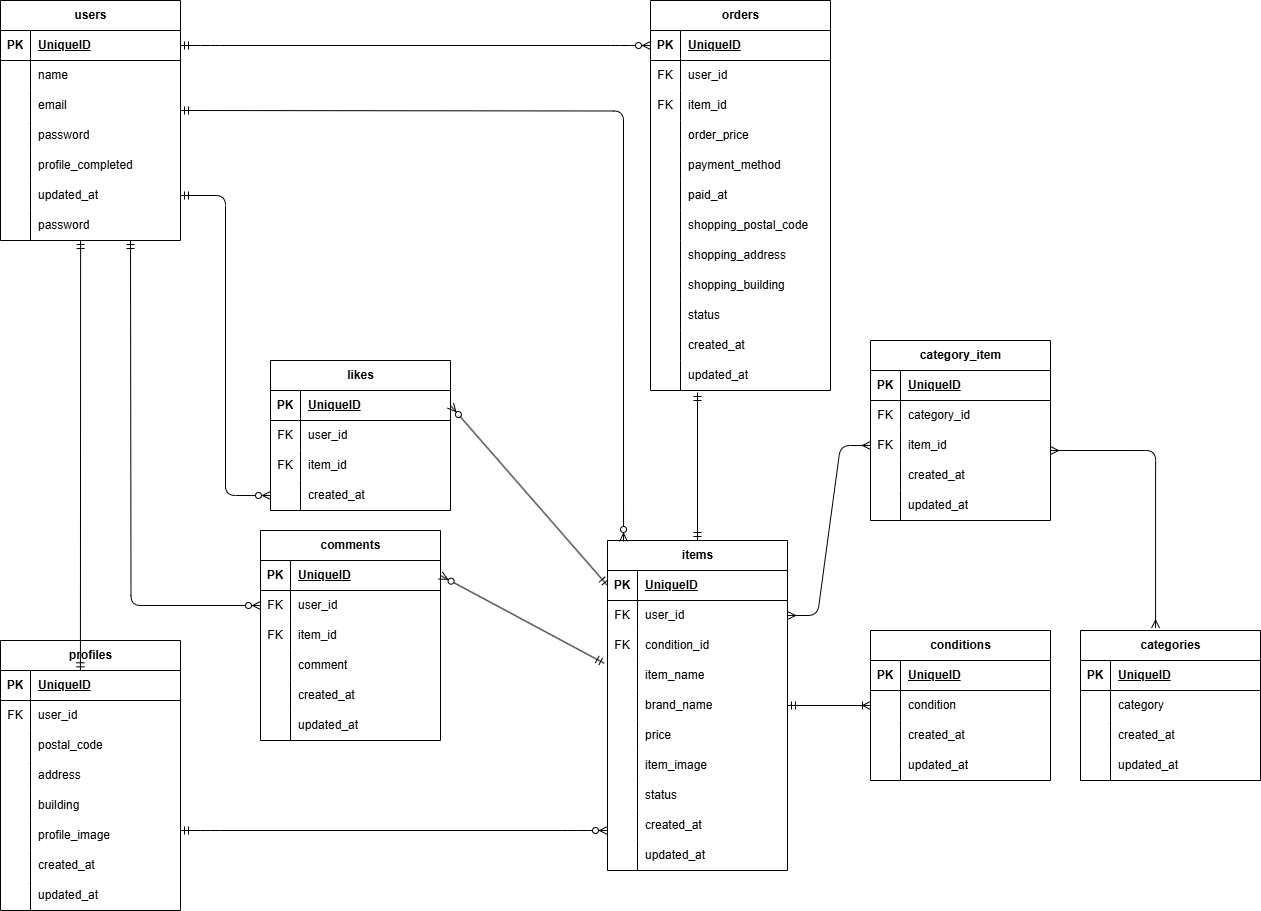
Before: flea.drawio.png, a diagram exported from draw.io (kenta-10043/coachtech-flea). Source tidied: cells renumbered, new cells last; positions are measured from the earlier drawing's top-left corner, leaving out a move shared by most shapes.
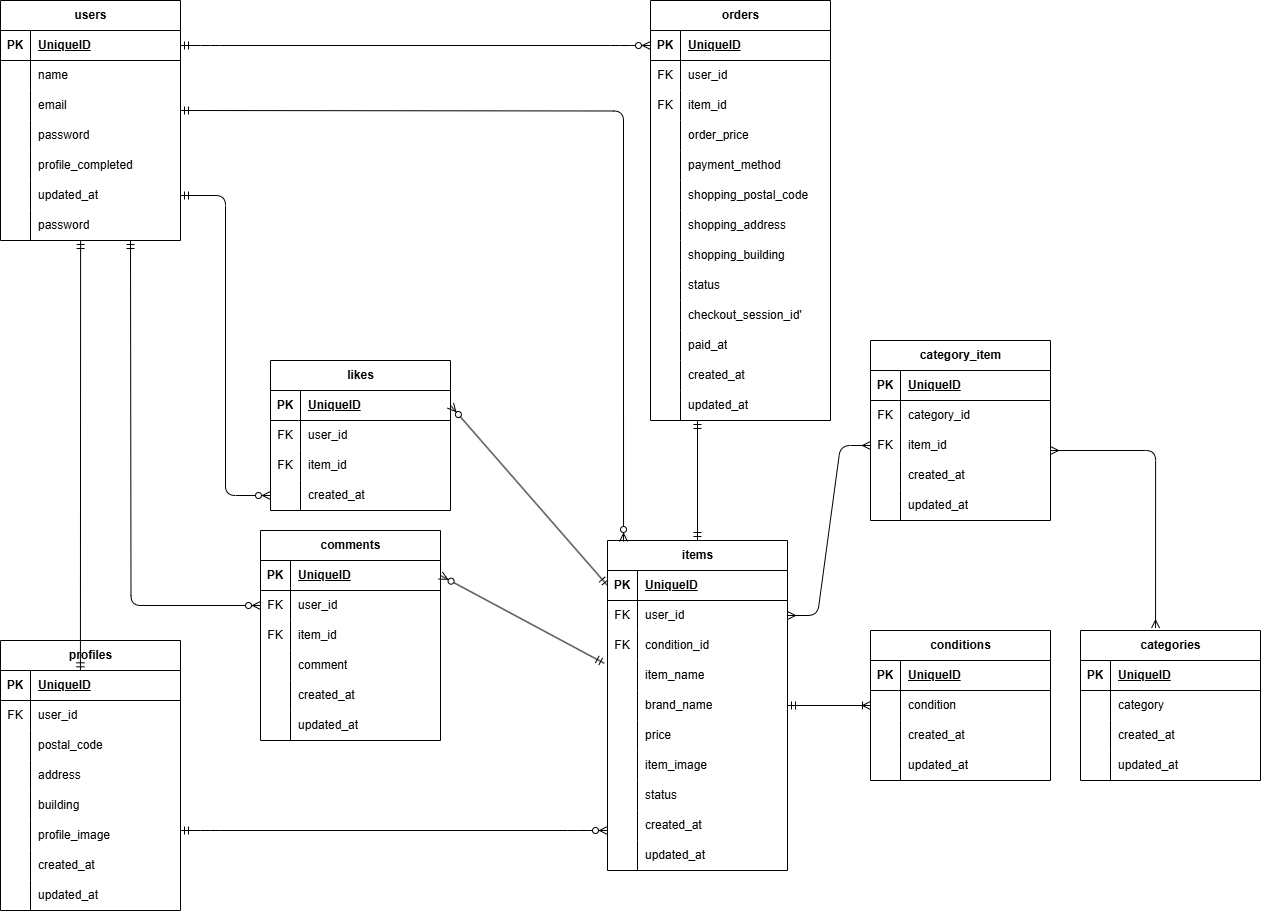
The same diagram one commit later.

Change to the diagram source:
```diff
@@ -69,7 +69,7 @@
       <mxGeometry x="30" width="150" height="30" as="geometry" />
     </mxCell>
     <mxCell id="24" value="orders" style="shape=table;startSize=30;rowLines=0;fontStyle=1;align=center;html=1;" parent="1" vertex="1">
-      <mxGeometry x="650" width="180" height="390" as="geometry" />
+      <mxGeometry x="650" width="180" height="420" as="geometry" />
     </mxCell>
     <mxCell id="25" style="shape=tableRow;horizontal=0;startSize=0;swimlaneHead=0;swimlaneBody=0;fillColor=none;points=[[0,0.5],[1,0.5]];portConstraint=eastwest;top=0;left=0;right=0;bottom=1;" parent="24" vertex="1">
       <mxGeometry y="30" width="180" height="30" as="geometry" />
@@ -116,17 +116,8 @@
     <mxCell id="39" value="&lt;span style=&quot;color: rgb(0, 0, 0);&quot;&gt;payment_method&lt;/span&gt;" style="shape=partialRectangle;fillColor=none;top=0;left=0;bottom=0;right=0;align=left;spacingLeft=6;overflow=hidden;whiteSpace=wrap;html=1;" parent="37" vertex="1">
       <mxGeometry x="30" width="150" height="30" as="geometry" />
     </mxCell>
-    <mxCell id="40" style="shape=tableRow;horizontal=0;startSize=0;swimlaneHead=0;swimlaneBody=0;fillColor=none;top=0;left=0;right=0;bottom=0;" parent="24" vertex="1">
-      <mxGeometry y="180" width="180" height="30" as="geometry" />
-    </mxCell>
-    <mxCell id="41" style="shape=partialRectangle;fillColor=none;top=0;left=0;bottom=0;right=0;overflow=hidden;whiteSpace=wrap;html=1;" parent="40" vertex="1">
-      <mxGeometry width="30" height="30" as="geometry" />
-    </mxCell>
-    <mxCell id="42" value="&lt;span style=&quot;color: rgb(0, 0, 0);&quot;&gt;paid_at&lt;/span&gt;" style="shape=partialRectangle;fillColor=none;top=0;left=0;bottom=0;right=0;align=left;spacingLeft=6;overflow=hidden;whiteSpace=wrap;html=1;" parent="40" vertex="1">
-      <mxGeometry x="30" width="150" height="30" as="geometry" />
-    </mxCell>
     <mxCell id="43" style="shape=tableRow;horizontal=0;startSize=0;swimlaneHead=0;swimlaneBody=0;fillColor=none;top=0;left=0;right=0;bottom=0;" parent="24" vertex="1">
-      <mxGeometry y="210" width="180" height="30" as="geometry" />
+      <mxGeometry y="180" width="180" height="30" as="geometry" />
     </mxCell>
     <mxCell id="44" style="shape=partialRectangle;fillColor=none;top=0;left=0;bottom=0;right=0;overflow=hidden;whiteSpace=wrap;html=1;" parent="43" vertex="1">
       <mxGeometry width="30" height="30" as="geometry" />
@@ -135,7 +126,7 @@
       <mxGeometry x="30" width="150" height="30" as="geometry" />
     </mxCell>
     <mxCell id="46" style="shape=tableRow;horizontal=0;startSize=0;swimlaneHead=0;swimlaneBody=0;fillColor=none;top=0;left=0;right=0;bottom=0;" parent="24" vertex="1">
-      <mxGeometry y="240" width="180" height="30" as="geometry" />
+      <mxGeometry y="210" width="180" height="30" as="geometry" />
     </mxCell>
     <mxCell id="47" style="shape=partialRectangle;fillColor=none;top=0;left=0;bottom=0;right=0;overflow=hidden;whiteSpace=wrap;html=1;" parent="46" vertex="1">
       <mxGeometry width="30" height="30" as="geometry" />
@@ -144,7 +135,7 @@
       <mxGeometry x="30" width="150" height="30" as="geometry" />
     </mxCell>
     <mxCell id="49" style="shape=tableRow;horizontal=0;startSize=0;swimlaneHead=0;swimlaneBody=0;fillColor=none;top=0;left=0;right=0;bottom=0;" parent="24" vertex="1">
-      <mxGeometry y="270" width="180" height="30" as="geometry" />
+      <mxGeometry y="240" width="180" height="30" as="geometry" />
     </mxCell>
     <mxCell id="50" style="shape=partialRectangle;fillColor=none;top=0;left=0;bottom=0;right=0;overflow=hidden;whiteSpace=wrap;html=1;" parent="49" vertex="1">
       <mxGeometry width="30" height="30" as="geometry" />
@@ -153,7 +144,7 @@
       <mxGeometry x="30" width="150" height="30" as="geometry" />
     </mxCell>
     <mxCell id="52" style="shape=tableRow;horizontal=0;startSize=0;swimlaneHead=0;swimlaneBody=0;fillColor=none;top=0;left=0;right=0;bottom=0;" parent="24" vertex="1">
-      <mxGeometry y="300" width="180" height="30" as="geometry" />
+      <mxGeometry y="270" width="180" height="30" as="geometry" />
     </mxCell>
     <mxCell id="53" style="shape=partialRectangle;fillColor=none;top=0;left=0;bottom=0;right=0;overflow=hidden;whiteSpace=wrap;html=1;" parent="52" vertex="1">
       <mxGeometry width="30" height="30" as="geometry" />
@@ -161,8 +152,26 @@
     <mxCell id="54" value="status" style="shape=partialRectangle;fillColor=none;top=0;left=0;bottom=0;right=0;align=left;spacingLeft=6;overflow=hidden;whiteSpace=wrap;html=1;" parent="52" vertex="1">
       <mxGeometry x="30" width="150" height="30" as="geometry" />
     </mxCell>
+    <mxCell id="203" style="shape=tableRow;horizontal=0;startSize=0;swimlaneHead=0;swimlaneBody=0;fillColor=none;top=0;left=0;right=0;bottom=0;" parent="24" vertex="1">
+      <mxGeometry y="300" width="180" height="30" as="geometry" />
+    </mxCell>
+    <mxCell id="204" style="shape=partialRectangle;fillColor=none;top=0;left=0;bottom=0;right=0;overflow=hidden;whiteSpace=wrap;html=1;" parent="203" vertex="1">
+      <mxGeometry width="30" height="30" as="geometry" />
+    </mxCell>
+    <mxCell id="205" value="checkout_session_id'" style="shape=partialRectangle;fillColor=none;top=0;left=0;bottom=0;right=0;align=left;spacingLeft=6;overflow=hidden;whiteSpace=wrap;html=1;" parent="203" vertex="1">
+      <mxGeometry x="30" width="150" height="30" as="geometry" />
+    </mxCell>
+    <mxCell id="40" style="shape=tableRow;horizontal=0;startSize=0;swimlaneHead=0;swimlaneBody=0;fillColor=none;top=0;left=0;right=0;bottom=0;" parent="24" vertex="1">
+      <mxGeometry y="330" width="180" height="30" as="geometry" />
+    </mxCell>
+    <mxCell id="41" style="shape=partialRectangle;fillColor=none;top=0;left=0;bottom=0;right=0;overflow=hidden;whiteSpace=wrap;html=1;" parent="40" vertex="1">
+      <mxGeometry width="30" height="30" as="geometry" />
+    </mxCell>
+    <mxCell id="42" value="&lt;span style=&quot;color: rgb(0, 0, 0);&quot;&gt;paid_at&lt;/span&gt;" style="shape=partialRectangle;fillColor=none;top=0;left=0;bottom=0;right=0;align=left;spacingLeft=6;overflow=hidden;whiteSpace=wrap;html=1;" parent="40" vertex="1">
+      <mxGeometry x="30" width="150" height="30" as="geometry" />
+    </mxCell>
     <mxCell id="55" style="shape=tableRow;horizontal=0;startSize=0;swimlaneHead=0;swimlaneBody=0;fillColor=none;top=0;left=0;right=0;bottom=0;" parent="24" vertex="1">
-      <mxGeometry y="330" width="180" height="30" as="geometry" />
+      <mxGeometry y="360" width="180" height="30" as="geometry" />
     </mxCell>
     <mxCell id="56" style="shape=partialRectangle;fillColor=none;top=0;left=0;bottom=0;right=0;overflow=hidden;whiteSpace=wrap;html=1;" parent="55" vertex="1">
       <mxGeometry width="30" height="30" as="geometry" />
@@ -171,7 +180,7 @@
       <mxGeometry x="30" width="150" height="30" as="geometry" />
     </mxCell>
     <mxCell id="58" style="shape=tableRow;horizontal=0;startSize=0;swimlaneHead=0;swimlaneBody=0;fillColor=none;top=0;left=0;right=0;bottom=0;" parent="24" vertex="1">
-      <mxGeometry y="360" width="180" height="30" as="geometry" />
+      <mxGeometry y="390" width="180" height="30" as="geometry" />
     </mxCell>
     <mxCell id="59" style="shape=partialRectangle;fillColor=none;top=0;left=0;bottom=0;right=0;overflow=hidden;whiteSpace=wrap;html=1;" parent="58" vertex="1">
       <mxGeometry width="30" height="30" as="geometry" />
@@ -465,7 +474,7 @@
     </mxCell>
     <mxCell id="149" style="fontSize=12;html=1;endArrow=ERmandOne;startArrow=ERmandOne;exitX=0.5;exitY=0;exitDx=0;exitDy=0;" parent="1" edge="1" source="166">
       <mxGeometry relative="1" as="geometry">
-        <mxPoint x="697" y="392" as="targetPoint" />
+        <mxPoint x="697" y="420" as="targetPoint" />
       </mxGeometry>
     </mxCell>
     <mxCell id="150" value="category_item" style="shape=table;startSize=30;rowLines=0;fontStyle=1;align=center;html=1;" parent="1" vertex="1">
```
